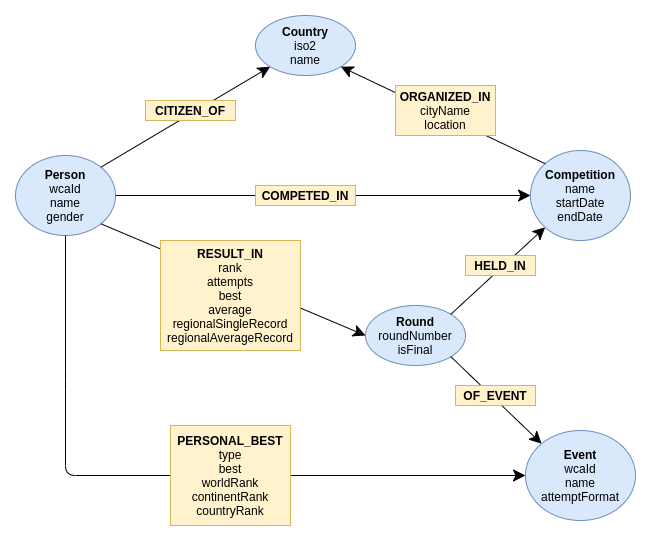
This is docs/images/graph-schema.png from jonatanklosko/competitor-base, a draw.io export, as it was before one commit. Source tidied: cells renumbered, new cells last; positions are measured from the earlier drawing's top-left corner, leaving out a move shared by most shapes. Its diagram source:
```xml
<mxGraphModel>
  <root>
    <mxCell id="0" />
    <mxCell id="1" parent="0" />
    <mxCell id="2" value="&lt;b&gt;Person&lt;br&gt;&lt;/b&gt;wcaId&lt;br&gt;name&lt;br&gt;gender" style="ellipse;whiteSpace=wrap;html=1;align=center;newEdgeStyle={&quot;edgeStyle&quot;:&quot;entityRelationEdgeStyle&quot;,&quot;startArrow&quot;:&quot;none&quot;,&quot;endArrow&quot;:&quot;none&quot;,&quot;segment&quot;:10,&quot;curved&quot;:1};fillColor=#dae8fc;strokeColor=#6c8ebf;" parent="1" vertex="1">
      <mxGeometry y="140" width="100" height="80" as="geometry" />
    </mxCell>
    <mxCell id="3" value="&lt;b&gt;Country&lt;br&gt;&lt;/b&gt;iso2&lt;br&gt;name" style="ellipse;whiteSpace=wrap;html=1;align=center;newEdgeStyle={&quot;edgeStyle&quot;:&quot;entityRelationEdgeStyle&quot;,&quot;startArrow&quot;:&quot;none&quot;,&quot;endArrow&quot;:&quot;none&quot;,&quot;segment&quot;:10,&quot;curved&quot;:1};fillColor=#dae8fc;strokeColor=#6c8ebf;" parent="1" vertex="1">
      <mxGeometry x="240" width="100" height="60" as="geometry" />
    </mxCell>
    <mxCell id="4" style="endArrow=classic;html=1;exitX=1;exitY=0;exitDx=0;exitDy=0;entryX=0;entryY=1;entryDx=0;entryDy=0;startSize=10;endSize=10;" parent="1" edge="1" source="2" target="3">
      <mxGeometry relative="1" as="geometry" />
    </mxCell>
    <mxCell id="5" value="&lt;b&gt;CITIZEN_OF&lt;/b&gt;" style="rounded=0;whiteSpace=wrap;html=1;fillColor=#fff2cc;strokeColor=#d6b656;" parent="1" vertex="1">
      <mxGeometry x="130" y="85" width="90" height="20" as="geometry" />
    </mxCell>
    <mxCell id="6" value="&lt;b&gt;Competition&lt;/b&gt;&lt;br&gt;name&lt;br&gt;startDate&lt;br&gt;endDate" style="ellipse;whiteSpace=wrap;html=1;align=center;newEdgeStyle={&quot;edgeStyle&quot;:&quot;entityRelationEdgeStyle&quot;,&quot;startArrow&quot;:&quot;none&quot;,&quot;endArrow&quot;:&quot;none&quot;,&quot;segment&quot;:10,&quot;curved&quot;:1};fillColor=#dae8fc;strokeColor=#6c8ebf;" parent="1" vertex="1">
      <mxGeometry x="515" y="135" width="100" height="90" as="geometry" />
    </mxCell>
    <mxCell id="7" style="endArrow=classic;html=1;exitX=0;exitY=0;exitDx=0;exitDy=0;entryX=1;entryY=1;entryDx=0;entryDy=0;endSize=10;startSize=10;" parent="1" edge="1" source="6" target="3">
      <mxGeometry relative="1" as="geometry" />
    </mxCell>
    <mxCell id="8" value="&lt;b&gt;ORGANIZED_IN&lt;/b&gt;&lt;br&gt;cityName&lt;br&gt;location" style="rounded=0;whiteSpace=wrap;html=1;align=center;fillColor=#fff2cc;strokeColor=#d6b656;" parent="1" vertex="1">
      <mxGeometry x="380" y="70" width="100" height="50" as="geometry" />
    </mxCell>
    <mxCell id="9" style="endArrow=classic;html=1;exitX=1;exitY=0.5;exitDx=0;exitDy=0;entryX=0;entryY=0.5;entryDx=0;entryDy=0;endSize=10;startSize=10;" parent="1" edge="1" source="2" target="6">
      <mxGeometry relative="1" as="geometry" />
    </mxCell>
    <mxCell id="10" value="&lt;b&gt;COMPETED_IN&lt;/b&gt;" style="rounded=0;whiteSpace=wrap;html=1;fillColor=#fff2cc;strokeColor=#d6b656;" parent="1" vertex="1">
      <mxGeometry x="240" y="170" width="100" height="20" as="geometry" />
    </mxCell>
    <mxCell id="11" value="&lt;b&gt;Round&lt;/b&gt;&lt;br&gt;roundNumber&lt;br&gt;isFinal" style="ellipse;whiteSpace=wrap;html=1;align=center;newEdgeStyle={&quot;edgeStyle&quot;:&quot;entityRelationEdgeStyle&quot;,&quot;startArrow&quot;:&quot;none&quot;,&quot;endArrow&quot;:&quot;none&quot;,&quot;segment&quot;:10,&quot;curved&quot;:1};fillColor=#dae8fc;strokeColor=#6c8ebf;" parent="1" vertex="1">
      <mxGeometry x="350" y="290" width="100" height="60" as="geometry" />
    </mxCell>
    <mxCell id="12" value="&lt;b&gt;Event&lt;/b&gt;&lt;br&gt;wcaId&lt;br&gt;name&lt;br&gt;attemptFormat" style="ellipse;whiteSpace=wrap;html=1;align=center;newEdgeStyle={&quot;edgeStyle&quot;:&quot;entityRelationEdgeStyle&quot;,&quot;startArrow&quot;:&quot;none&quot;,&quot;endArrow&quot;:&quot;none&quot;,&quot;segment&quot;:10,&quot;curved&quot;:1};fillColor=#dae8fc;strokeColor=#6c8ebf;" parent="1" vertex="1">
      <mxGeometry x="510" y="415" width="110" height="90" as="geometry" />
    </mxCell>
    <mxCell id="13" style="endArrow=classic;html=1;exitX=1;exitY=0;exitDx=0;exitDy=0;entryX=0;entryY=1;entryDx=0;entryDy=0;endSize=10;startSize=10;" parent="1" edge="1" source="11" target="6">
      <mxGeometry relative="1" as="geometry" />
    </mxCell>
    <mxCell id="14" style="endArrow=classic;html=1;exitX=1;exitY=1;exitDx=0;exitDy=0;entryX=0;entryY=0;entryDx=0;entryDy=0;endSize=10;startSize=10;" parent="1" edge="1" source="11" target="12">
      <mxGeometry relative="1" as="geometry" />
    </mxCell>
    <mxCell id="15" style="endArrow=classic;html=1;exitX=0.5;exitY=1;exitDx=0;exitDy=0;entryX=0;entryY=0.5;entryDx=0;entryDy=0;endSize=10;startSize=10;" parent="1" edge="1" source="2" target="12">
      <mxGeometry relative="1" as="geometry">
        <Array as="points">
          <mxPoint x="50" y="364" />
          <mxPoint x="50" y="460" />
        </Array>
      </mxGeometry>
    </mxCell>
    <mxCell id="16" style="endArrow=classic;html=1;exitX=1;exitY=1;exitDx=0;exitDy=0;entryX=0;entryY=0.5;entryDx=0;entryDy=0;endSize=10;startSize=10;" parent="1" edge="1" source="2" target="11">
      <mxGeometry relative="1" as="geometry" />
    </mxCell>
    <mxCell id="17" value="&lt;b&gt;RESULT_IN&lt;/b&gt;&lt;br&gt;rank&lt;br&gt;attempts&lt;br&gt;best&lt;br&gt;average&lt;br&gt;regionalSingleRecord&lt;br&gt;regionalAverageRecord" style="rounded=0;whiteSpace=wrap;html=1;fillColor=#fff2cc;strokeColor=#d6b656;" parent="1" vertex="1">
      <mxGeometry x="145" y="225" width="140" height="110" as="geometry" />
    </mxCell>
    <mxCell id="18" value="&lt;b&gt;HELD_IN&lt;/b&gt;" style="rounded=0;whiteSpace=wrap;html=1;fillColor=#fff2cc;strokeColor=#d6b656;" parent="1" vertex="1">
      <mxGeometry x="450" y="240" width="70" height="20" as="geometry" />
    </mxCell>
    <mxCell id="19" value="&lt;b&gt;OF_EVENT&lt;/b&gt;" style="rounded=0;whiteSpace=wrap;html=1;fillColor=#fff2cc;strokeColor=#d6b656;" parent="1" vertex="1">
      <mxGeometry x="440" y="370" width="80" height="20" as="geometry" />
    </mxCell>
    <mxCell id="20" value="&lt;b&gt;PERSONAL_BEST&lt;/b&gt;&lt;br&gt;type&lt;br&gt;best&lt;br&gt;worldRank&lt;br&gt;continentRank&lt;br&gt;countryRank" style="rounded=0;whiteSpace=wrap;html=1;fillColor=#fff2cc;strokeColor=#d6b656;" parent="1" vertex="1">
      <mxGeometry x="155" y="410" width="120" height="100" as="geometry" />
    </mxCell>
  </root>
</mxGraphModel>
```
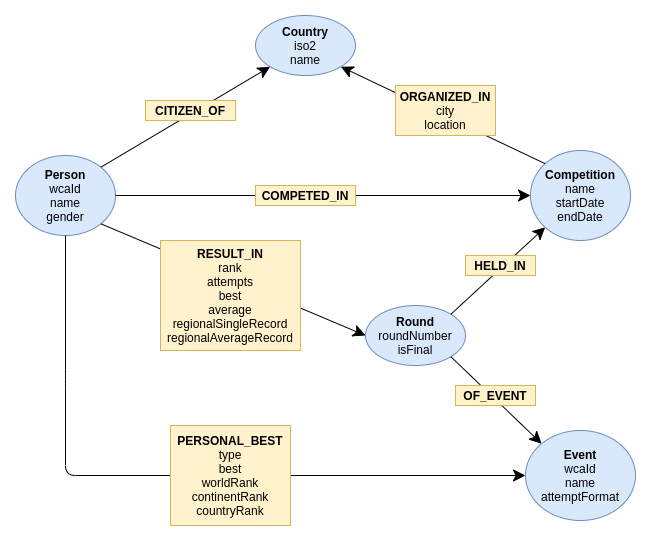
The same file after the commit.

Commit message:
Update the graph diagram.

Diff of the diagram source:
```diff
@@ -20,7 +20,7 @@
     <mxCell id="7" style="endArrow=classic;html=1;exitX=0;exitY=0;exitDx=0;exitDy=0;entryX=1;entryY=1;entryDx=0;entryDy=0;endSize=10;startSize=10;" parent="1" edge="1" source="6" target="3">
       <mxGeometry relative="1" as="geometry" />
     </mxCell>
-    <mxCell id="8" value="&lt;b&gt;ORGANIZED_IN&lt;/b&gt;&lt;br&gt;cityName&lt;br&gt;location" style="rounded=0;whiteSpace=wrap;html=1;align=center;fillColor=#fff2cc;strokeColor=#d6b656;" parent="1" vertex="1">
+    <mxCell id="8" value="&lt;b&gt;ORGANIZED_IN&lt;/b&gt;&lt;br&gt;city&lt;br&gt;location" style="rounded=0;whiteSpace=wrap;html=1;align=center;fillColor=#fff2cc;strokeColor=#d6b656;" parent="1" vertex="1">
       <mxGeometry x="380" y="70" width="100" height="50" as="geometry" />
     </mxCell>
     <mxCell id="9" style="endArrow=classic;html=1;exitX=1;exitY=0.5;exitDx=0;exitDy=0;entryX=0;entryY=0.5;entryDx=0;entryDy=0;endSize=10;startSize=10;" parent="1" edge="1" source="2" target="6">
```
